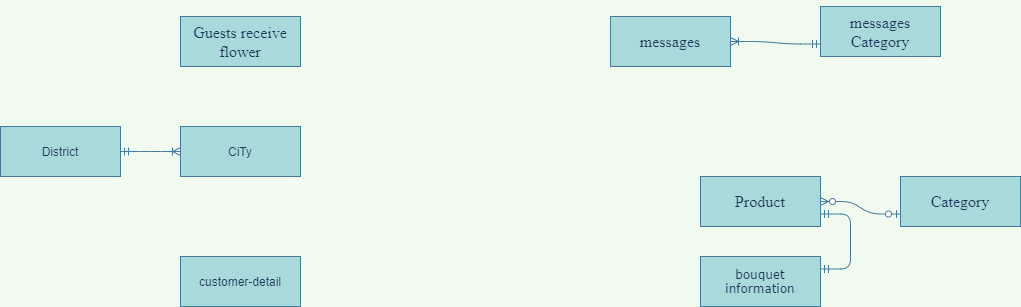
Before: Untitled Diagram.png, a diagram exported from draw.io (maialino123/Eproject-SEM3). Source tidied: cells renumbered, new cells last; positions are measured from the earlier drawing's top-left corner, leaving out a move shared by most shapes.
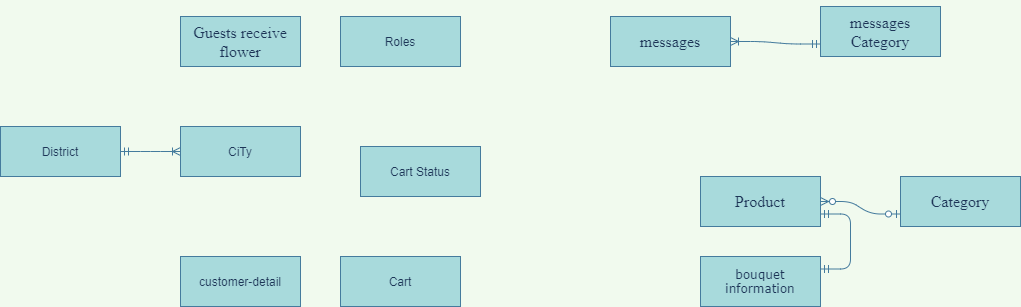
The same diagram one commit later.

Diff of the diagram source:
```diff
@@ -41,5 +41,14 @@
     <mxCell id="14" style="edgeStyle=entityRelationEdgeStyle;fontSize=12;html=1;endArrow=ERoneToMany;startArrow=ERmandOne;fontColor=#1D3557;strokeColor=#457B9D;fillColor=#A8DADC;labelBackgroundColor=#F1FAEE;entryX=0;entryY=0.5;entryDx=0;entryDy=0;exitX=1;exitY=0.5;exitDx=0;exitDy=0;" parent="1" edge="1" source="12" target="13">
       <mxGeometry relative="1" as="geometry" />
     </mxCell>
+    <mxCell id="15" value="Cart Status" style="whiteSpace=wrap;html=1;align=center;rounded=0;sketch=0;fontColor=#1D3557;strokeColor=#457B9D;fillColor=#A8DADC;" parent="1" vertex="1">
+      <mxGeometry x="360" y="140" width="120" height="50" as="geometry" />
+    </mxCell>
+    <mxCell id="16" value="Roles" style="whiteSpace=wrap;html=1;align=center;rounded=0;sketch=0;fontColor=#1D3557;strokeColor=#457B9D;fillColor=#A8DADC;" parent="1" vertex="1">
+      <mxGeometry x="340" y="10" width="120" height="50" as="geometry" />
+    </mxCell>
+    <mxCell id="17" value="Cart" style="whiteSpace=wrap;html=1;align=center;rounded=0;sketch=0;fontColor=#1D3557;strokeColor=#457B9D;fillColor=#A8DADC;" parent="1" vertex="1">
+      <mxGeometry x="340" y="250" width="120" height="50" as="geometry" />
+    </mxCell>
   </root>
 </mxGraphModel>
```
